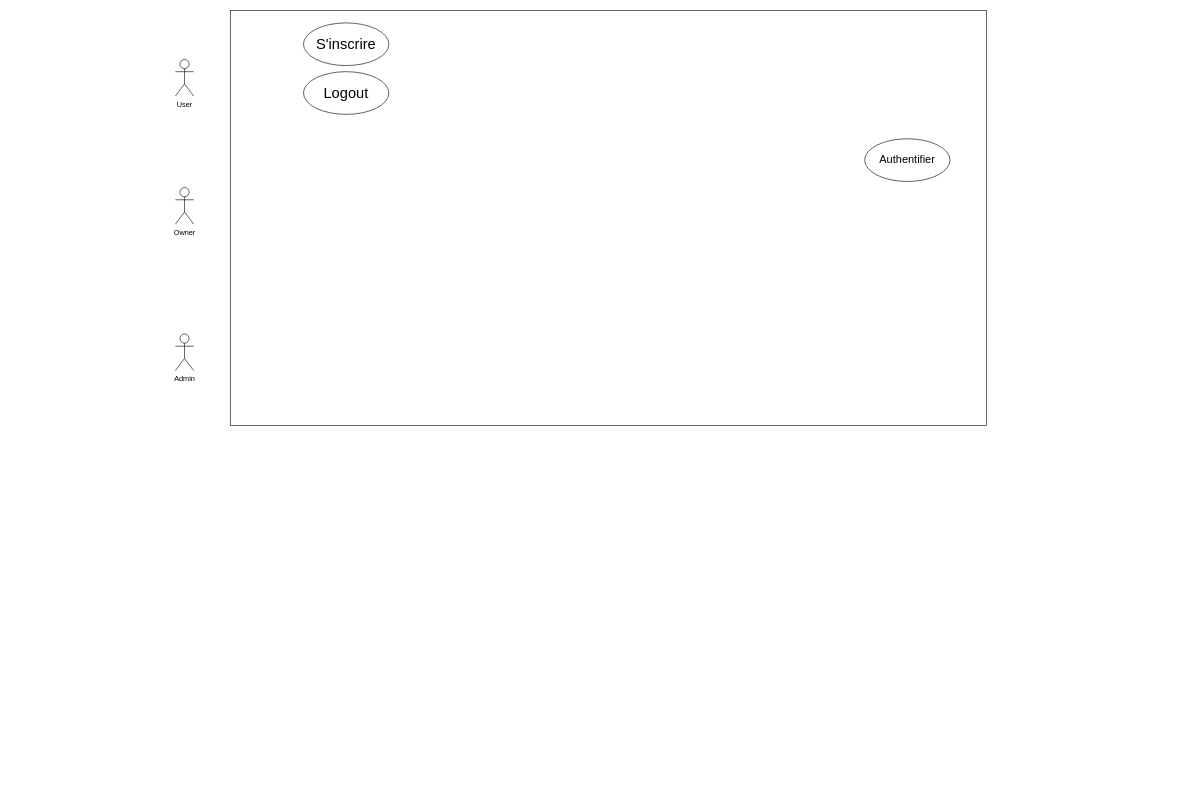
Above: esycoloc.drawio in aminelebrini/EasyColoc (draw.io), before the change. Source tidied: cells renumbered, new cells numbered last; positions are measured from the earlier drawing's top-left corner, leaving out a move shared by most shapes. Both pictures are drawn from the tidied source at 61%, with x=0, y=0 at pixel (175, 10).
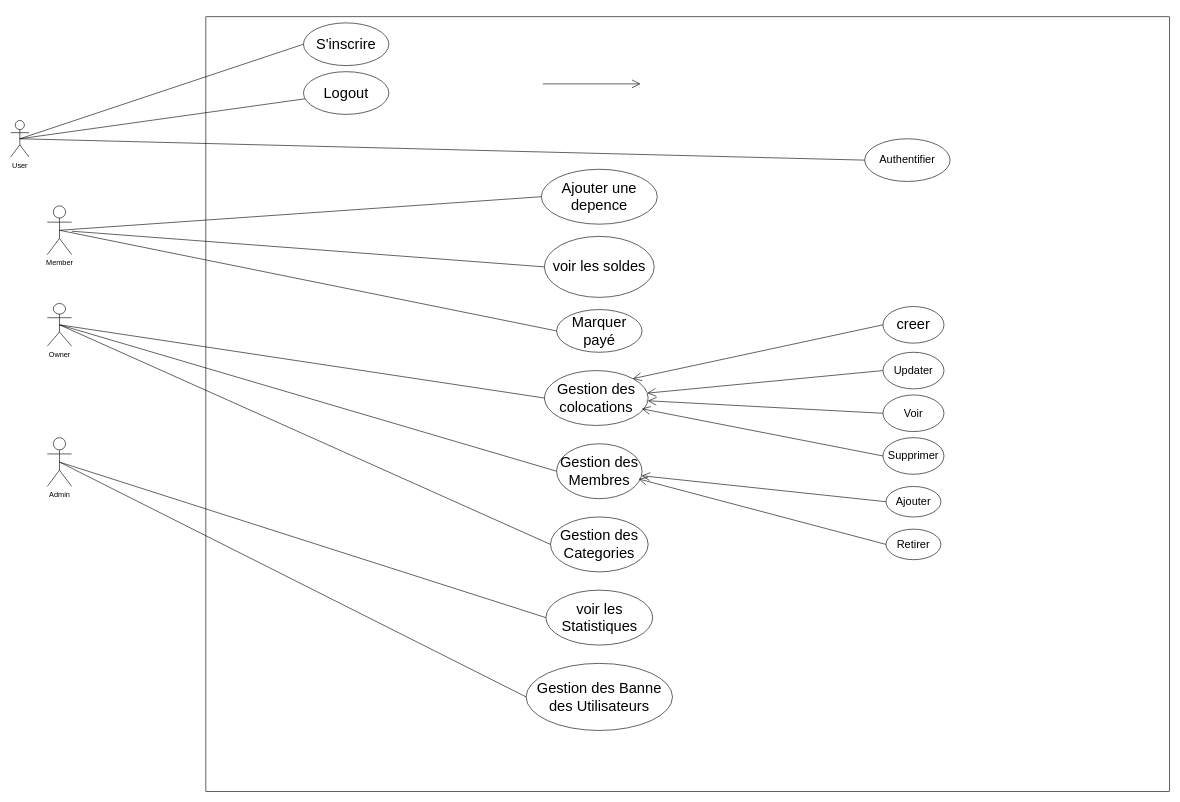
The same diagram, later.

The change refers to these unchanged cells:
```xml
<mxCell id="6" value="&lt;font style=&quot;font-size: 24px;&quot;&gt;S'inscrire&lt;/font&gt;" style="ellipse;whiteSpace=wrap;html=1;" parent="1" vertex="1">
  <mxGeometry x="210" y="20" width="140" height="70" as="geometry" />
</mxCell>
<mxCell id="7" value="&lt;font style=&quot;font-size: 24px;&quot;&gt;Logout&lt;/font&gt;" style="ellipse;whiteSpace=wrap;html=1;" parent="1" vertex="1">
  <mxGeometry x="210" y="100" width="140" height="70" as="geometry" />
</mxCell>
<mxCell id="8" value="&lt;font style=&quot;font-size: 18px;&quot;&gt;Authentifier&lt;/font&gt;" style="ellipse;whiteSpace=wrap;html=1;" parent="1" vertex="1">
  <mxGeometry x="1130" y="210" width="140" height="70" as="geometry" />
</mxCell>
```

The edit, as a diff of the source:
```diff
@@
     <mxCell id="2" value="&lt;div&gt;User&lt;/div&gt;" style="shape=umlActor;verticalLabelPosition=bottom;verticalAlign=top;html=1;" parent="1" vertex="1">
-      <mxGeometry y="80" width="30" height="60" as="geometry" />
+      <mxGeometry x="-270" y="180" width="30" height="60" as="geometry" />
     </mxCell>
     <mxCell id="3" style="html=1;whiteSpace=wrap;" parent="1" vertex="1">
-      <mxGeometry x="90" width="1240" height="680" as="geometry" />
+      <mxGeometry x="50" y="10" width="1580" height="1270" as="geometry" />
     </mxCell>
     <mxCell id="4" value="Owner" style="shape=umlActor;verticalLabelPosition=bottom;verticalAlign=top;html=1;" parent="1" vertex="1">
-      <mxGeometry y="290" width="30" height="60" as="geometry" />
+      <mxGeometry x="-210" y="480" width="40" height="70" as="geometry" />
     </mxCell>
     <mxCell id="5" value="Admin" style="shape=umlActor;verticalLabelPosition=bottom;verticalAlign=top;html=1;" parent="1" vertex="1">
-      <mxGeometry y="530" width="30" height="60" as="geometry" />
+      <mxGeometry x="-210" y="700" width="40" height="80" as="geometry" />
     </mxCell>
@@
+    <mxCell id="9" style="endArrow=none;html=1;rounded=0;exitX=0.5;exitY=0.5;exitDx=0;exitDy=0;exitPerimeter=0;entryX=0;entryY=0.5;entryDx=0;entryDy=0;" parent="1" edge="1" source="2" target="6">
+      <mxGeometry relative="1" as="geometry" />
+    </mxCell>
+    <mxCell id="10" style="endArrow=none;html=1;rounded=0;exitX=0.5;exitY=0.5;exitDx=0;exitDy=0;exitPerimeter=0;" parent="1" edge="1" source="2" target="7">
+      <mxGeometry relative="1" as="geometry" />
+    </mxCell>
+    <mxCell id="11" style="endArrow=none;html=1;rounded=0;entryX=0;entryY=0.5;entryDx=0;entryDy=0;exitX=0.5;exitY=0.5;exitDx=0;exitDy=0;exitPerimeter=0;" parent="1" edge="1" source="2" target="8">
+      <mxGeometry relative="1" as="geometry" />
+    </mxCell>
+    <mxCell id="12" value="&lt;font style=&quot;font-size: 24px;&quot;&gt;Ajouter une depence&lt;/font&gt;" style="ellipse;whiteSpace=wrap;html=1;" parent="1" vertex="1">
+      <mxGeometry x="600" y="260" width="190" height="90" as="geometry" />
+    </mxCell>
+    <mxCell id="13" value="&lt;font style=&quot;font-size: 24px;&quot;&gt;voir les soldes&lt;/font&gt;" style="ellipse;whiteSpace=wrap;html=1;" parent="1" vertex="1">
+      <mxGeometry x="605" y="370" width="180" height="100" as="geometry" />
+    </mxCell>
+    <mxCell id="14" value="Member" style="shape=umlActor;verticalLabelPosition=bottom;verticalAlign=top;html=1;" parent="1" vertex="1">
+      <mxGeometry x="-210" y="320" width="40" height="80" as="geometry" />
+    </mxCell>
+    <mxCell id="15" value="&lt;font style=&quot;font-size: 24px;&quot;&gt;Gestion des colocations&lt;/font&gt;" style="ellipse;whiteSpace=wrap;html=1;" parent="1" vertex="1">
+      <mxGeometry x="605" y="590" width="170" height="90" as="geometry" />
+    </mxCell>
+    <mxCell id="16" value="&lt;font style=&quot;font-size: 24px;&quot;&gt;Marquer payé&lt;/font&gt;" style="ellipse;whiteSpace=wrap;html=1;" parent="1" vertex="1">
+      <mxGeometry x="625" y="490" width="140" height="70" as="geometry" />
+    </mxCell>
+    <mxCell id="17" value="&lt;font style=&quot;font-size: 24px;&quot;&gt;Gestion des Membres&lt;/font&gt;" style="ellipse;whiteSpace=wrap;html=1;" parent="1" vertex="1">
+      <mxGeometry x="625" y="710" width="140" height="90" as="geometry" />
+    </mxCell>
+    <mxCell id="18" value="&lt;font style=&quot;font-size: 24px;&quot;&gt;Gestion des Categories&lt;/font&gt;" style="ellipse;whiteSpace=wrap;html=1;" parent="1" vertex="1">
+      <mxGeometry x="615" y="830" width="160" height="90" as="geometry" />
+    </mxCell>
+    <mxCell id="19" value="&lt;font style=&quot;font-size: 24px;&quot;&gt;voir les Statistiques&lt;/font&gt;" style="ellipse;whiteSpace=wrap;html=1;" parent="1" vertex="1">
+      <mxGeometry x="607.5" y="950" width="175" height="90" as="geometry" />
+    </mxCell>
+    <mxCell id="20" value="&lt;font style=&quot;font-size: 24px;&quot;&gt;Gestion des Banne des Utilisateurs&lt;/font&gt;" style="ellipse;whiteSpace=wrap;html=1;" parent="1" vertex="1">
+      <mxGeometry x="575" y="1070" width="240" height="110" as="geometry" />
+    </mxCell>
+    <mxCell id="21" style="endArrow=open;endFill=1;endSize=12;html=1;rounded=0;" parent="1" edge="1">
+      <mxGeometry relative="1" as="geometry">
+        <mxPoint x="602.5" y="120" as="sourcePoint" />
+        <mxPoint x="762.5" y="120" as="targetPoint" />
+      </mxGeometry>
+    </mxCell>
+    <mxCell id="22" style="endArrow=none;html=1;rounded=0;exitX=0.5;exitY=0.5;exitDx=0;exitDy=0;exitPerimeter=0;entryX=0;entryY=0.5;entryDx=0;entryDy=0;" parent="1" edge="1" source="14" target="12">
+      <mxGeometry relative="1" as="geometry" />
+    </mxCell>
+    <mxCell id="23" style="endArrow=none;html=1;rounded=0;entryX=0;entryY=0.5;entryDx=0;entryDy=0;" parent="1" edge="1" source="14" target="13">
+      <mxGeometry relative="1" as="geometry" />
+    </mxCell>
+    <mxCell id="24" style="endArrow=none;html=1;rounded=0;exitX=0.5;exitY=0.5;exitDx=0;exitDy=0;exitPerimeter=0;entryX=0;entryY=0.5;entryDx=0;entryDy=0;" parent="1" edge="1" source="14" target="16">
+      <mxGeometry relative="1" as="geometry" />
+    </mxCell>
+    <mxCell id="25" style="endArrow=none;html=1;rounded=0;exitX=0.5;exitY=0.5;exitDx=0;exitDy=0;exitPerimeter=0;entryX=0;entryY=0.5;entryDx=0;entryDy=0;" parent="1" edge="1" source="4" target="15">
+      <mxGeometry relative="1" as="geometry" />
+    </mxCell>
+    <mxCell id="26" style="endArrow=none;html=1;rounded=0;exitX=0.5;exitY=0.5;exitDx=0;exitDy=0;exitPerimeter=0;entryX=0;entryY=0.5;entryDx=0;entryDy=0;" parent="1" edge="1" source="4" target="17">
+      <mxGeometry relative="1" as="geometry" />
+    </mxCell>
+    <mxCell id="27" style="endArrow=none;html=1;rounded=0;exitX=0.5;exitY=0.5;exitDx=0;exitDy=0;exitPerimeter=0;entryX=0;entryY=0.5;entryDx=0;entryDy=0;" parent="1" edge="1" source="4" target="18">
+      <mxGeometry relative="1" as="geometry" />
+    </mxCell>
+    <mxCell id="28" style="endArrow=none;html=1;rounded=0;exitX=0.5;exitY=0.5;exitDx=0;exitDy=0;exitPerimeter=0;entryX=0;entryY=0.5;entryDx=0;entryDy=0;" parent="1" edge="1" source="5" target="19">
+      <mxGeometry relative="1" as="geometry" />
+    </mxCell>
+    <mxCell id="29" style="endArrow=none;html=1;rounded=0;entryX=0;entryY=0.5;entryDx=0;entryDy=0;exitX=0.5;exitY=0.5;exitDx=0;exitDy=0;exitPerimeter=0;" parent="1" edge="1" source="5" target="20">
+      <mxGeometry relative="1" as="geometry" />
+    </mxCell>
+    <mxCell id="30" value="&lt;font style=&quot;font-size: 24px;&quot;&gt;creer&lt;/font&gt;" style="ellipse;whiteSpace=wrap;html=1;" parent="1" vertex="1">
+      <mxGeometry x="1160" y="485" width="100" height="60" as="geometry" />
+    </mxCell>
+    <mxCell id="31" value="&lt;font style=&quot;font-size: 18px;&quot;&gt;Updater&lt;/font&gt;" style="ellipse;whiteSpace=wrap;html=1;" parent="1" vertex="1">
+      <mxGeometry x="1160" y="560" width="100" height="60" as="geometry" />
+    </mxCell>
+    <mxCell id="32" value="&lt;font style=&quot;font-size: 18px;&quot;&gt;Voir&lt;/font&gt;" style="ellipse;whiteSpace=wrap;html=1;" parent="1" vertex="1">
+      <mxGeometry x="1160" y="630" width="100" height="60" as="geometry" />
+    </mxCell>
+    <mxCell id="33" value="&lt;font style=&quot;font-size: 18px;&quot;&gt;Supprimer&lt;/font&gt;" style="ellipse;whiteSpace=wrap;html=1;" parent="1" vertex="1">
+      <mxGeometry x="1160" y="700" width="100" height="60" as="geometry" />
+    </mxCell>
+    <mxCell id="34" style="endArrow=open;endFill=1;endSize=12;html=1;rounded=0;exitX=0;exitY=0.5;exitDx=0;exitDy=0;entryX=1;entryY=0;entryDx=0;entryDy=0;" parent="1" edge="1" source="30" target="15">
+      <mxGeometry relative="1" as="geometry" />
+    </mxCell>
+    <mxCell id="35" style="endArrow=open;endFill=1;endSize=12;html=1;rounded=0;exitX=0;exitY=0.5;exitDx=0;exitDy=0;" parent="1" edge="1" source="31" target="15">
+      <mxGeometry relative="1" as="geometry" />
+    </mxCell>
+    <mxCell id="36" style="endArrow=open;endFill=1;endSize=12;html=1;rounded=0;exitX=0;exitY=0.5;exitDx=0;exitDy=0;" parent="1" edge="1" source="32" target="15">
+      <mxGeometry relative="1" as="geometry" />
+    </mxCell>
+    <mxCell id="37" style="endArrow=open;endFill=1;endSize=12;html=1;rounded=0;exitX=0;exitY=0.5;exitDx=0;exitDy=0;entryX=0.939;entryY=0.696;entryDx=0;entryDy=0;entryPerimeter=0;" parent="1" edge="1" source="33" target="15">
+      <mxGeometry relative="1" as="geometry" />
+    </mxCell>
+    <mxCell id="38" value="&lt;font style=&quot;font-size: 18px;&quot;&gt;Ajouter&lt;/font&gt;" style="ellipse;whiteSpace=wrap;html=1;" parent="1" vertex="1">
+      <mxGeometry x="1165" y="780" width="90" height="50" as="geometry" />
+    </mxCell>
+    <mxCell id="39" value="&lt;font style=&quot;font-size: 18px;&quot;&gt;Retirer&lt;/font&gt;" style="ellipse;whiteSpace=wrap;html=1;" parent="1" vertex="1">
+      <mxGeometry x="1165" y="850" width="90" height="50" as="geometry" />
+    </mxCell>
+    <mxCell id="40" style="endArrow=open;endFill=1;endSize=12;html=1;rounded=0;exitX=0;exitY=0.5;exitDx=0;exitDy=0;" parent="1" edge="1" source="38" target="17">
+      <mxGeometry relative="1" as="geometry" />
+    </mxCell>
+    <mxCell id="41" style="endArrow=open;endFill=1;endSize=12;html=1;rounded=0;exitX=0;exitY=0.5;exitDx=0;exitDy=0;entryX=0.961;entryY=0.641;entryDx=0;entryDy=0;entryPerimeter=0;" parent="1" edge="1" source="39" target="17">
+      <mxGeometry relative="1" as="geometry" />
+    </mxCell>
```
